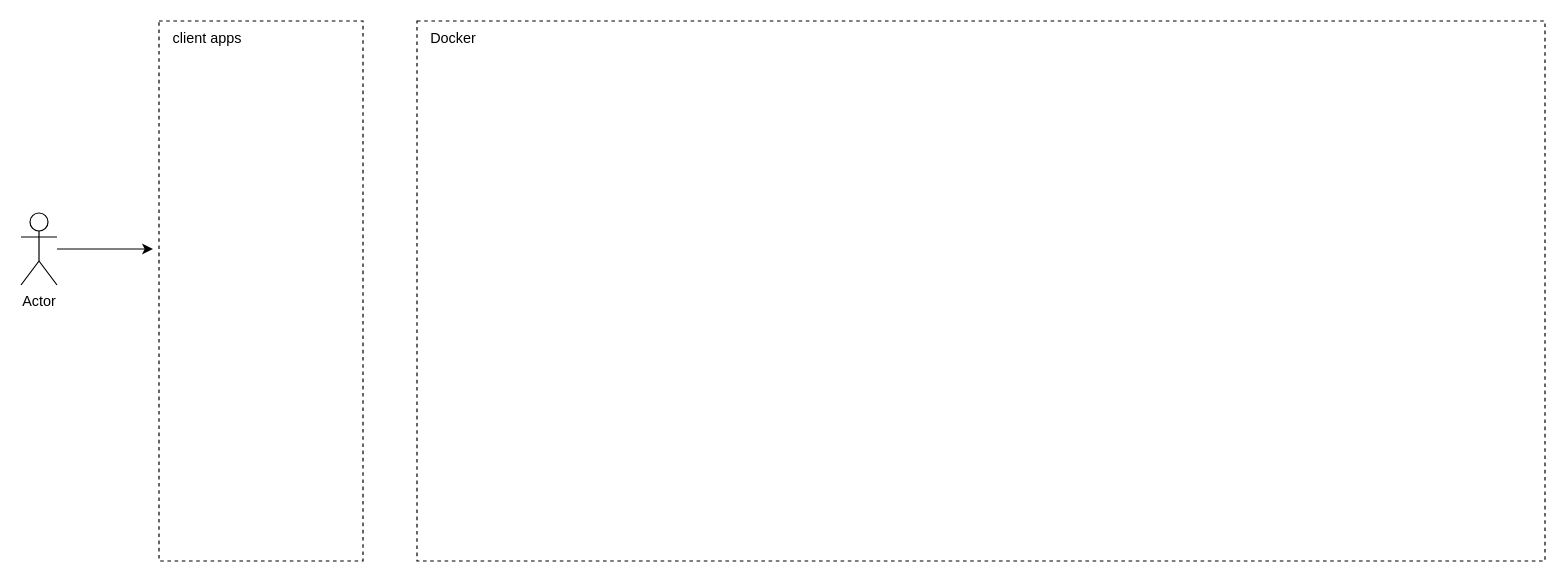
Above: Exp6/SEL-Exp6.drawio in saaz742/SE-Lab (draw.io), before the change. Source tidied: cells renumbered, new cells numbered last; positions are measured from the earlier drawing's top-left corner, leaving out a move shared by most shapes. Both pictures are drawn from the tidied source at 120%, with x=0, y=0 at pixel (20, 20).
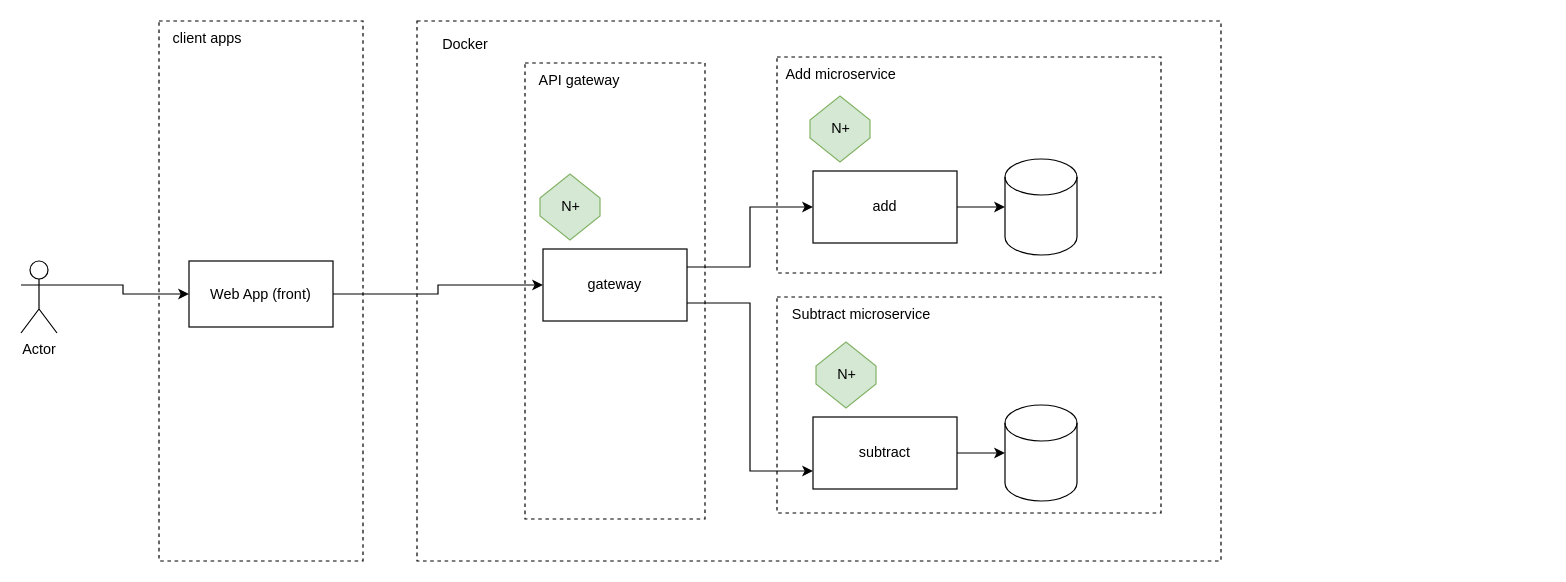
Above is the later version.

Change to the diagram source:
```diff
@@
     <mxCell id="2" style="rounded=0;whiteSpace=wrap;html=1;dashed=1;" parent="1" vertex="1">
-      <mxGeometry x="330" width="940" height="450" as="geometry" />
+      <mxGeometry x="330" width="670" height="450" as="geometry" />
     </mxCell>
     <mxCell id="3" value="Docker" style="text;html=1;align=center;verticalAlign=middle;strokeColor=none;fillColor=none;" parent="1" vertex="1">
-      <mxGeometry x="330" width="60" height="30" as="geometry" />
+      <mxGeometry x="340" y="5" width="60" height="30" as="geometry" />
     </mxCell>
@@
-    <mxCell id="5" style="edgeStyle=orthogonalEdgeStyle;rounded=0;jettySize=auto;html=1;" parent="1" edge="1" source="6">
-      <mxGeometry relative="1" as="geometry">
-        <mxPoint x="110" y="190" as="targetPoint" />
-      </mxGeometry>
-    </mxCell>
+    <mxCell id="8" style="edgeStyle=orthogonalEdgeStyle;rounded=0;jettySize=auto;html=1;exitX=1;exitY=0.3333333333333333;exitDx=0;exitDy=0;exitPerimeter=0;" parent="1" edge="1" source="6" target="18">
+      <mxGeometry relative="1" as="geometry" />
+    </mxCell>
     <mxCell id="6" value="Actor" style="shape=umlActor;verticalLabelPosition=bottom;verticalAlign=top;html=1;outlineConnect=0;" parent="1" vertex="1">
-      <mxGeometry y="160" width="30" height="60" as="geometry" />
+      <mxGeometry y="200" width="30" height="60" as="geometry" />
     </mxCell>
@@
+    <mxCell id="9" style="rounded=0;whiteSpace=wrap;html=1;dashed=1;" parent="1" vertex="1">
+      <mxGeometry x="420" y="35" width="150" height="380" as="geometry" />
+    </mxCell>
+    <mxCell id="10" style="rounded=0;whiteSpace=wrap;html=1;dashed=1;" parent="1" vertex="1">
+      <mxGeometry x="630" y="30" width="320" height="180" as="geometry" />
+    </mxCell>
+    <mxCell id="11" value="Add microservice" style="text;html=1;align=center;verticalAlign=middle;strokeColor=none;fillColor=none;" parent="1" vertex="1">
+      <mxGeometry x="627.5" y="30" width="110" height="30" as="geometry" />
+    </mxCell>
+    <mxCell id="12" style="rounded=0;whiteSpace=wrap;html=1;dashed=1;" parent="1" vertex="1">
+      <mxGeometry x="630" y="230" width="320" height="180" as="geometry" />
+    </mxCell>
+    <mxCell id="13" value="Subtract microservice" style="text;html=1;align=center;verticalAlign=middle;strokeColor=none;fillColor=none;" parent="1" vertex="1">
+      <mxGeometry x="630" y="230" width="140" height="30" as="geometry" />
+    </mxCell>
+    <mxCell id="14" style="shape=cylinder3;whiteSpace=wrap;html=1;boundedLbl=1;backgroundOutline=1;size=15;" parent="1" vertex="1">
+      <mxGeometry x="820" y="115" width="60" height="80" as="geometry" />
+    </mxCell>
+    <mxCell id="15" style="shape=cylinder3;whiteSpace=wrap;html=1;boundedLbl=1;backgroundOutline=1;size=15;" parent="1" vertex="1">
+      <mxGeometry x="820" y="320" width="60" height="80" as="geometry" />
+    </mxCell>
+    <mxCell id="16" value="API gateway" style="text;html=1;align=center;verticalAlign=middle;strokeColor=none;fillColor=none;" parent="1" vertex="1">
+      <mxGeometry x="420" y="35" width="90" height="30" as="geometry" />
+    </mxCell>
+    <mxCell id="17" style="edgeStyle=orthogonalEdgeStyle;rounded=0;jettySize=auto;html=1;exitX=1;exitY=0.5;exitDx=0;exitDy=0;entryX=0;entryY=0.5;entryDx=0;entryDy=0;" parent="1" edge="1" source="18" target="21">
+      <mxGeometry relative="1" as="geometry" />
+    </mxCell>
+    <mxCell id="18" value="Web App (front)" style="rounded=0;whiteSpace=wrap;html=1;" parent="1" vertex="1">
+      <mxGeometry x="140" y="200" width="120" height="55" as="geometry" />
+    </mxCell>
+    <mxCell id="19" style="edgeStyle=orthogonalEdgeStyle;rounded=0;jettySize=auto;html=1;exitX=1;exitY=0.25;exitDx=0;exitDy=0;entryX=0;entryY=0.5;entryDx=0;entryDy=0;" parent="1" edge="1" source="21" target="23">
+      <mxGeometry relative="1" as="geometry" />
+    </mxCell>
+    <mxCell id="20" style="edgeStyle=orthogonalEdgeStyle;rounded=0;jettySize=auto;html=1;exitX=1;exitY=0.75;exitDx=0;exitDy=0;entryX=0;entryY=0.75;entryDx=0;entryDy=0;" parent="1" edge="1" source="21" target="25">
+      <mxGeometry relative="1" as="geometry" />
+    </mxCell>
+    <mxCell id="21" value="gateway" style="rounded=0;whiteSpace=wrap;html=1;" parent="1" vertex="1">
+      <mxGeometry x="435" y="190" width="120" height="60" as="geometry" />
+    </mxCell>
+    <mxCell id="22" style="edgeStyle=orthogonalEdgeStyle;rounded=0;jettySize=auto;html=1;exitX=1;exitY=0.5;exitDx=0;exitDy=0;entryX=0;entryY=0.5;entryDx=0;entryDy=0;entryPerimeter=0;" parent="1" edge="1" source="23" target="14">
+      <mxGeometry relative="1" as="geometry" />
+    </mxCell>
+    <mxCell id="23" value="add" style="rounded=0;whiteSpace=wrap;html=1;" parent="1" vertex="1">
+      <mxGeometry x="660" y="125" width="120" height="60" as="geometry" />
+    </mxCell>
+    <mxCell id="24" style="edgeStyle=orthogonalEdgeStyle;rounded=0;jettySize=auto;html=1;exitX=1;exitY=0.5;exitDx=0;exitDy=0;entryX=0;entryY=0.5;entryDx=0;entryDy=0;entryPerimeter=0;" parent="1" edge="1" source="25" target="15">
+      <mxGeometry relative="1" as="geometry" />
+    </mxCell>
+    <mxCell id="25" value="subtract" style="rounded=0;whiteSpace=wrap;html=1;" parent="1" vertex="1">
+      <mxGeometry x="660" y="330" width="120" height="60" as="geometry" />
+    </mxCell>
+    <mxCell id="26" style="shape=hexagon;perimeter=hexagonPerimeter2;whiteSpace=wrap;html=1;fixedSize=1;rotation=90;fillColor=#d5e8d4;strokeColor=#82b366;labelPosition=center;verticalLabelPosition=middle;align=center;verticalAlign=middle;" parent="1" vertex="1">
+      <mxGeometry x="430" y="130" width="55" height="50" as="geometry" />
+    </mxCell>
+    <mxCell id="27" value="N+" style="text;html=1;align=center;verticalAlign=middle;strokeColor=none;fillColor=none;" parent="1" vertex="1">
+      <mxGeometry x="437.5" y="140" width="40" height="30" as="geometry" />
+    </mxCell>
+    <mxCell id="28" style="shape=hexagon;perimeter=hexagonPerimeter2;whiteSpace=wrap;html=1;fixedSize=1;rotation=90;fillColor=#d5e8d4;strokeColor=#82b366;labelPosition=center;verticalLabelPosition=middle;align=center;verticalAlign=middle;" parent="1" vertex="1">
+      <mxGeometry x="660" y="270" width="55" height="50" as="geometry" />
+    </mxCell>
+    <mxCell id="29" value="N+" style="text;html=1;align=center;verticalAlign=middle;strokeColor=none;fillColor=none;" parent="1" vertex="1">
+      <mxGeometry x="667.5" y="280" width="40" height="30" as="geometry" />
+    </mxCell>
+    <mxCell id="30" style="shape=hexagon;perimeter=hexagonPerimeter2;whiteSpace=wrap;html=1;fixedSize=1;rotation=90;fillColor=#d5e8d4;strokeColor=#82b366;labelPosition=center;verticalLabelPosition=middle;align=center;verticalAlign=middle;" parent="1" vertex="1">
+      <mxGeometry x="655" y="65" width="55" height="50" as="geometry" />
+    </mxCell>
+    <mxCell id="31" value="N+" style="text;html=1;align=center;verticalAlign=middle;strokeColor=none;fillColor=none;" parent="1" vertex="1">
+      <mxGeometry x="662.5" y="75" width="40" height="30" as="geometry" />
+    </mxCell>
```
